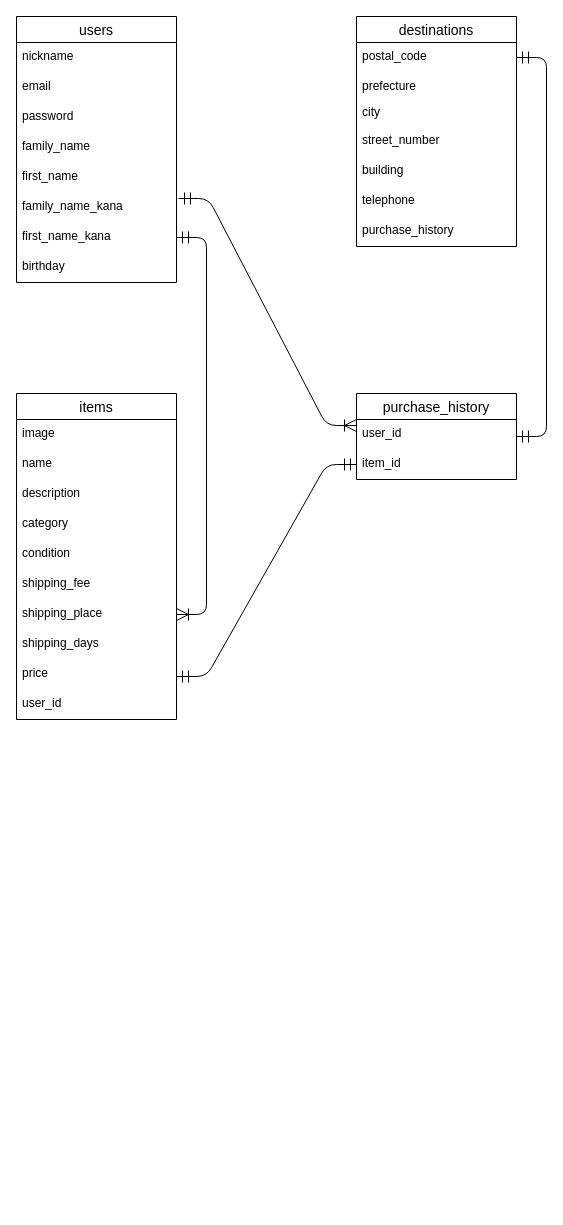
This is test.dio from mayu-torii/furima-35418, a draw.io file, before an edit. Source tidied: cells renumbered, new cells numbered last; positions are measured from the earlier drawing's top-left corner, leaving out a move shared by most shapes. Both pictures are drawn from the tidied source at 100%, with x=0, y=0 at pixel (16, 16).
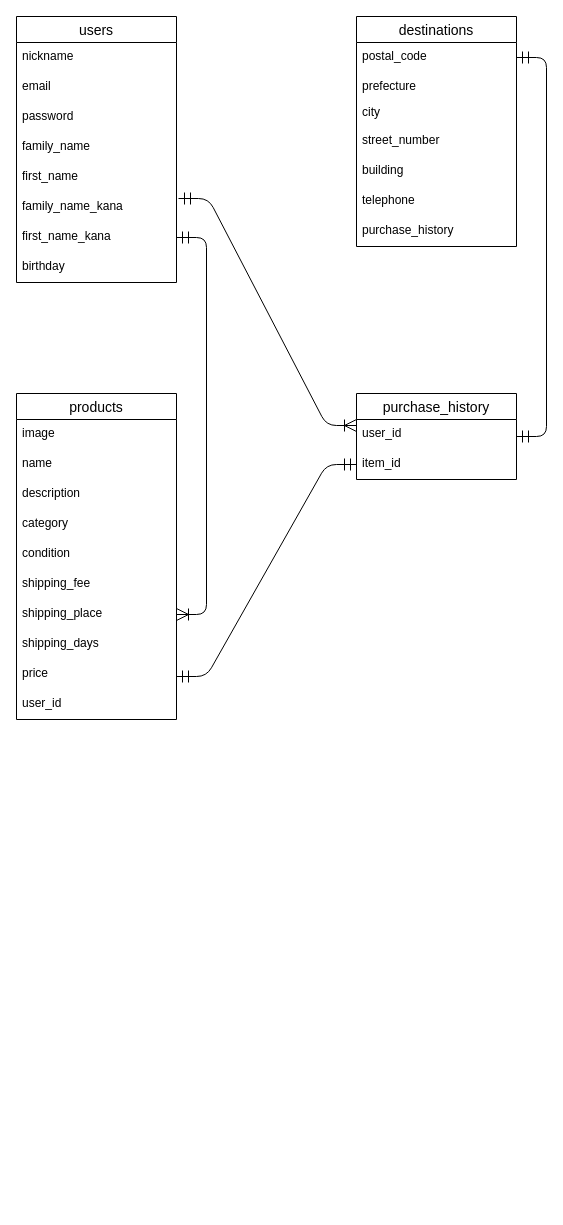
Above is the later version.

Commit message (it also covers changes not shown here):
テーブル名itemsからproductsに変更

What changed in the source:
```diff
@@
-    <mxCell id="2" value="items" style="swimlane;fontStyle=0;horizontal=1;startSize=26;align=center;fontSize=14;" parent="1" vertex="1">
+    <mxCell id="2" value="products" style="swimlane;fontStyle=0;horizontal=1;startSize=26;align=center;fontSize=14;" parent="1" vertex="1">
       <mxGeometry y="377" width="160" height="326" as="geometry" />
     </mxCell>
```
